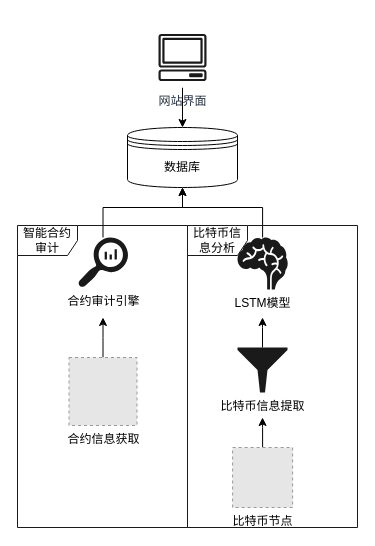
This is Constructuon.drawio from wang2gua/test, a draw.io file, before an edit. Source tidied: cells renumbered, new cells numbered last; positions are measured from the earlier drawing's top-left corner, leaving out a move shared by most shapes. Both pictures are drawn from the tidied source at 100%, with x=0, y=0 at pixel (17, 27). Pictures stored in the file or linked from it are replaced by grey dashed boxes.
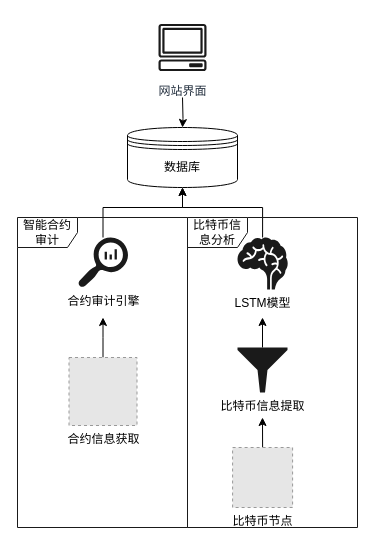
The same page after the edit.

The change refers to these unchanged cells:
```xml
<mxCell id="2" value="数据库" style="shape=datastore;whiteSpace=wrap;html=1;" parent="1" vertex="1">
  <mxGeometry x="110" y="100" width="110" height="60" as="geometry" />
</mxCell>
<mxCell id="6" value="比特币节点" style="fillColor=#E6E6E6;strokeColor=#999999;dashed=1;html=1;verticalAlign=top;verticalLabelPosition=bottom;labelBackgroundColor=#ffffff;" parent="1" vertex="1">
  <mxGeometry x="215.1" y="420" width="60" height="60" as="geometry" />
</mxCell>
<mxCell id="14" value="比特币信息提取" style="shadow=0;dashed=0;html=1;strokeColor=none;labelPosition=center;verticalLabelPosition=bottom;verticalAlign=top;align=center;shape=mxgraph.mscae.enterprise.filter;fillColor=#1A1A1A;" parent="1" vertex="1">
  <mxGeometry x="220" y="320" width="50" height="45" as="geometry" />
</mxCell>
```

The edit, as a diff of the source:
```diff
@@
-    <mxCell id="3" style="edgeStyle=orthogonalEdgeStyle;rounded=0;jettySize=auto;html=1;" parent="1" edge="1" source="4" target="2">
-      <mxGeometry relative="1" as="geometry" />
+    <mxCell id="3" style="edgeStyle=orthogonalEdgeStyle;rounded=0;jettySize=auto;html=1;" parent="1" edge="1" target="2">
+      <mxGeometry relative="1" as="geometry">
+        <mxPoint x="165" y="70" as="sourcePoint" />
+      </mxGeometry>
     </mxCell>
     <mxCell id="4" value="网站界面" style="outlineConnect=0;fontColor=#232F3E;gradientColor=none;fillColor=#ffffff;dashed=0;verticalLabelPosition=bottom;verticalAlign=top;align=center;html=1;fontSize=12;fontStyle=0;shape=mxgraph.aws4.resourceIcon;resIcon=mxgraph.aws4.client;strokeColor=#1A1A1A;" parent="1" vertex="1">
-      <mxGeometry x="135" width="60" height="60" as="geometry" />
+      <mxGeometry x="135" y="-10" width="60" height="60" as="geometry" />
     </mxCell>
-    <mxCell id="5" style="edgeStyle=orthogonalEdgeStyle;rounded=0;jettySize=auto;html=1;" parent="1" edge="1" source="6">
+    <mxCell id="5" style="edgeStyle=orthogonalEdgeStyle;rounded=0;jettySize=auto;html=1;exitX=0.5;exitY=0;exitDx=0;exitDy=0;" parent="1" edge="1" source="6">
       <mxGeometry relative="1" as="geometry">
         <mxPoint x="245" y="390" as="targetPoint" />
       </mxGeometry>
     </mxCell>
@@
-    <mxCell id="13" style="edgeStyle=orthogonalEdgeStyle;rounded=0;jettySize=auto;html=1;" parent="1" edge="1" source="14">
+    <mxCell id="13" style="edgeStyle=orthogonalEdgeStyle;rounded=0;jettySize=auto;html=1;exitX=0.5;exitY=0;exitDx=0;exitDy=0;exitPerimeter=0;" parent="1" edge="1" source="14">
       <mxGeometry relative="1" as="geometry">
         <mxPoint x="245" y="290" as="targetPoint" />
       </mxGeometry>
     </mxCell>
@@
     <mxCell id="15" value="智能合约审计" style="shape=umlFrame;whiteSpace=wrap;html=1;strokeColor=#1A1A1A;fillColor=#FFFFFF;" parent="1" vertex="1">
-      <mxGeometry y="198" width="170" height="302" as="geometry" />
+      <mxGeometry y="190" width="170" height="310" as="geometry" />
     </mxCell>
     <mxCell id="16" value="比特币信息分析" style="shape=umlFrame;whiteSpace=wrap;html=1;strokeColor=#1A1A1A;fillColor=#FFFFFF;" parent="1" vertex="1">
-      <mxGeometry x="170" y="198" width="170" height="302" as="geometry" />
+      <mxGeometry x="170" y="190" width="170" height="310" as="geometry" />
     </mxCell>
```
